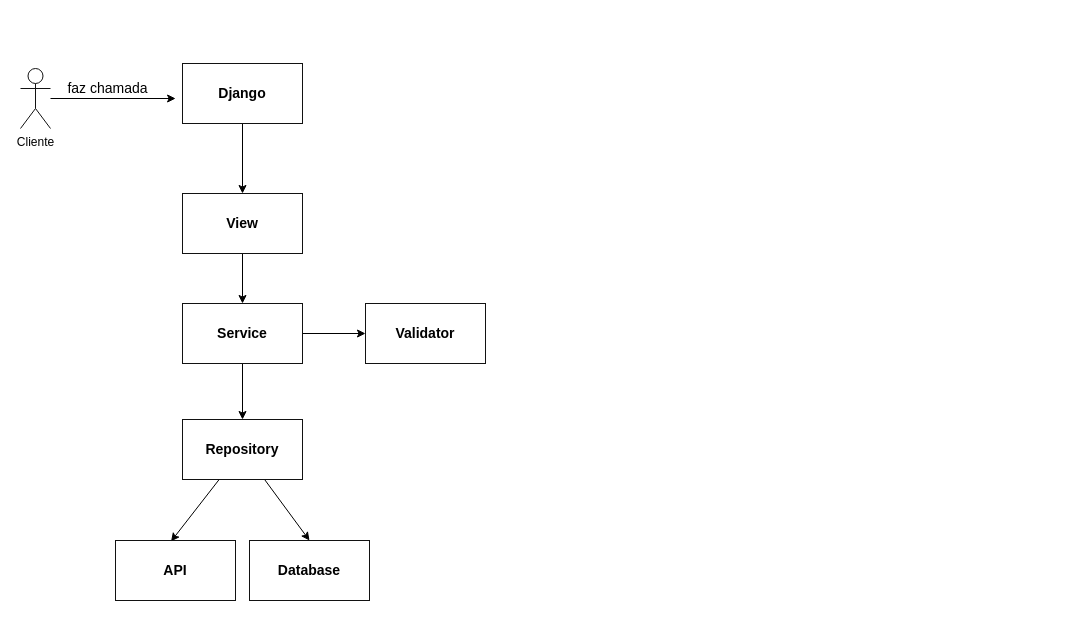
This is docs/arquitetura.drawio from deirofelippe/teste-tecnico-nimbus, a draw.io file, before an edit. Source tidied: cells renumbered, new cells numbered last; positions are measured from the earlier drawing's top-left corner, leaving out a move shared by most shapes. Both pictures are drawn from the tidied source at 100%, with x=0, y=0 at pixel (20, 63).
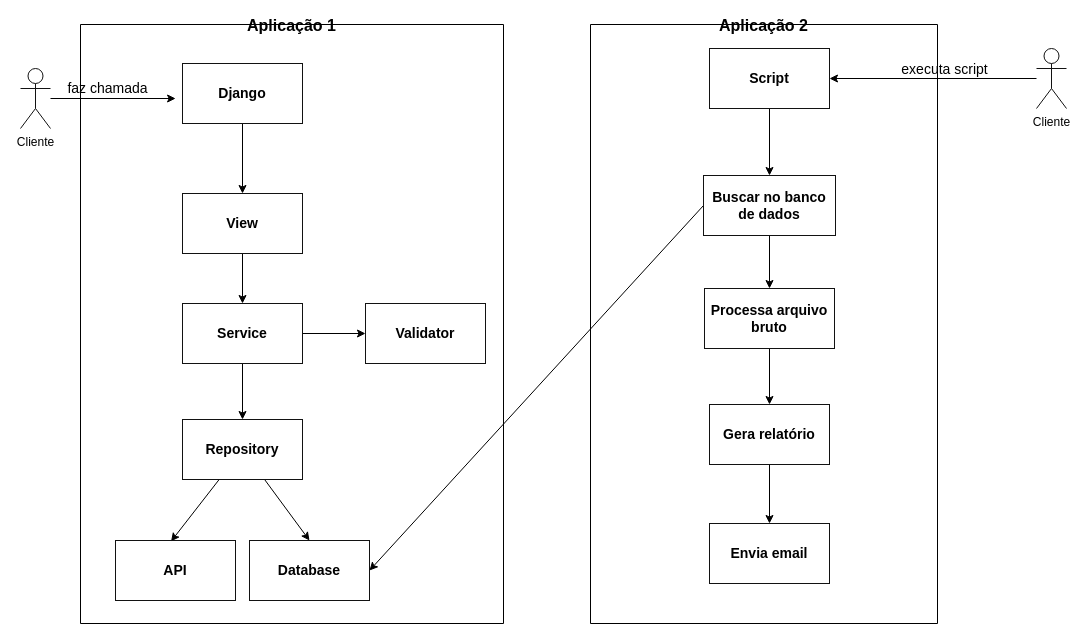
Above is the later version.

Commit message (it also covers changes not shown here):
docs: atualiza desenho da arquitetura

Unchanged cells that the change refers to:
```xml
<mxCell id="17" value="Database" style="rounded=0;whiteSpace=wrap;html=1;fillColor=none;strokeColor=#121212;fontColor=#000000;fontSize=14;fontStyle=1;" parent="1" vertex="1">
  <mxGeometry x="229" y="477" width="120" height="60" as="geometry" />
</mxCell>
```

What changed in the source:
```diff
@@
+    <mxCell id="18" style="edgeStyle=none;html=1;strokeColor=#000000;fontSize=14;fontColor=#000000;" parent="1" edge="1" source="19" target="25">
+      <mxGeometry relative="1" as="geometry" />
+    </mxCell>
+    <mxCell id="19" value="Script" style="rounded=0;whiteSpace=wrap;html=1;fillColor=none;strokeColor=#121212;fontColor=#000000;fontSize=14;fontStyle=1;" parent="1" vertex="1">
+      <mxGeometry x="689" y="-15" width="120" height="60" as="geometry" />
+    </mxCell>
+    <mxCell id="20" style="edgeStyle=none;html=1;fontSize=14;fontColor=#000000;strokeColor=#000000;entryX=1;entryY=0.5;entryDx=0;entryDy=0;" parent="1" edge="1" source="22" target="19">
+      <mxGeometry relative="1" as="geometry" />
+    </mxCell>
+    <mxCell id="21" value="executa script" style="edgeLabel;html=1;align=center;verticalAlign=middle;fontSize=14;fontColor=#000000;labelBackgroundColor=none;" parent="20" vertex="1">
+      <mxGeometry x="-0.38" y="4" relative="1" as="geometry">
+        <mxPoint x="-29" y="-14" as="offset" />
+      </mxGeometry>
+    </mxCell>
+    <mxCell id="22" value="&lt;font color=&quot;#000000&quot;&gt;&lt;span style=&quot;background-color: rgb(255, 255, 255);&quot;&gt;Cliente&lt;/span&gt;&lt;/font&gt;" style="shape=umlActor;verticalLabelPosition=bottom;verticalAlign=top;html=1;outlineConnect=0;strokeColor=#121212;fillColor=none;" parent="1" vertex="1">
+      <mxGeometry x="1016" y="-15" width="30" height="60" as="geometry" />
+    </mxCell>
+    <mxCell id="23" style="edgeStyle=none;html=1;strokeColor=#000000;fontSize=14;fontColor=#000000;" parent="1" edge="1" source="25" target="27">
+      <mxGeometry relative="1" as="geometry" />
+    </mxCell>
+    <mxCell id="24" style="edgeStyle=none;html=1;entryX=1;entryY=0.5;entryDx=0;entryDy=0;fontSize=16;fontColor=#000000;exitX=0;exitY=0.5;exitDx=0;exitDy=0;strokeColor=#000000;" parent="1" edge="1" source="25" target="17">
+      <mxGeometry relative="1" as="geometry" />
+    </mxCell>
+    <mxCell id="25" value="Buscar no banco de dados" style="rounded=0;whiteSpace=wrap;html=1;fillColor=none;strokeColor=#121212;fontColor=#000000;fontSize=14;fontStyle=1;" parent="1" vertex="1">
+      <mxGeometry x="683" y="112" width="132" height="60" as="geometry" />
+    </mxCell>
+    <mxCell id="26" style="edgeStyle=none;html=1;strokeColor=#000000;fontSize=14;fontColor=#000000;" parent="1" edge="1" source="27" target="29">
+      <mxGeometry relative="1" as="geometry" />
+    </mxCell>
+    <mxCell id="27" value="Processa arquivo bruto" style="rounded=0;whiteSpace=wrap;html=1;fillColor=none;strokeColor=#121212;fontColor=#000000;fontSize=14;fontStyle=1;" parent="1" vertex="1">
+      <mxGeometry x="684" y="225" width="130" height="60" as="geometry" />
+    </mxCell>
+    <mxCell id="28" style="edgeStyle=none;html=1;entryX=0.5;entryY=0;entryDx=0;entryDy=0;strokeColor=#000000;fontSize=14;fontColor=#000000;" parent="1" edge="1" source="29" target="30">
+      <mxGeometry relative="1" as="geometry" />
+    </mxCell>
+    <mxCell id="29" value="Gera relatório" style="rounded=0;whiteSpace=wrap;html=1;fillColor=none;strokeColor=#121212;fontColor=#000000;fontSize=14;fontStyle=1;" parent="1" vertex="1">
+      <mxGeometry x="689" y="341" width="120" height="60" as="geometry" />
+    </mxCell>
+    <mxCell id="30" value="Envia email" style="rounded=0;whiteSpace=wrap;html=1;fillColor=none;strokeColor=#121212;fontColor=#000000;fontSize=14;fontStyle=1;" parent="1" vertex="1">
+      <mxGeometry x="689" y="460" width="120" height="60" as="geometry" />
+    </mxCell>
+    <mxCell id="31" value="Aplicação 1" style="swimlane;startSize=0;strokeColor=#000000;fontColor=#000000;fontSize=16;" parent="1" vertex="1">
+      <mxGeometry x="60" y="-39" width="423" height="599" as="geometry" />
+    </mxCell>
+    <mxCell id="32" value="Aplicação 2" style="swimlane;startSize=0;strokeColor=#000000;fontColor=#000000;fontSize=16;" parent="1" vertex="1">
+      <mxGeometry x="570" y="-39" width="347" height="599" as="geometry" />
+    </mxCell>
```
